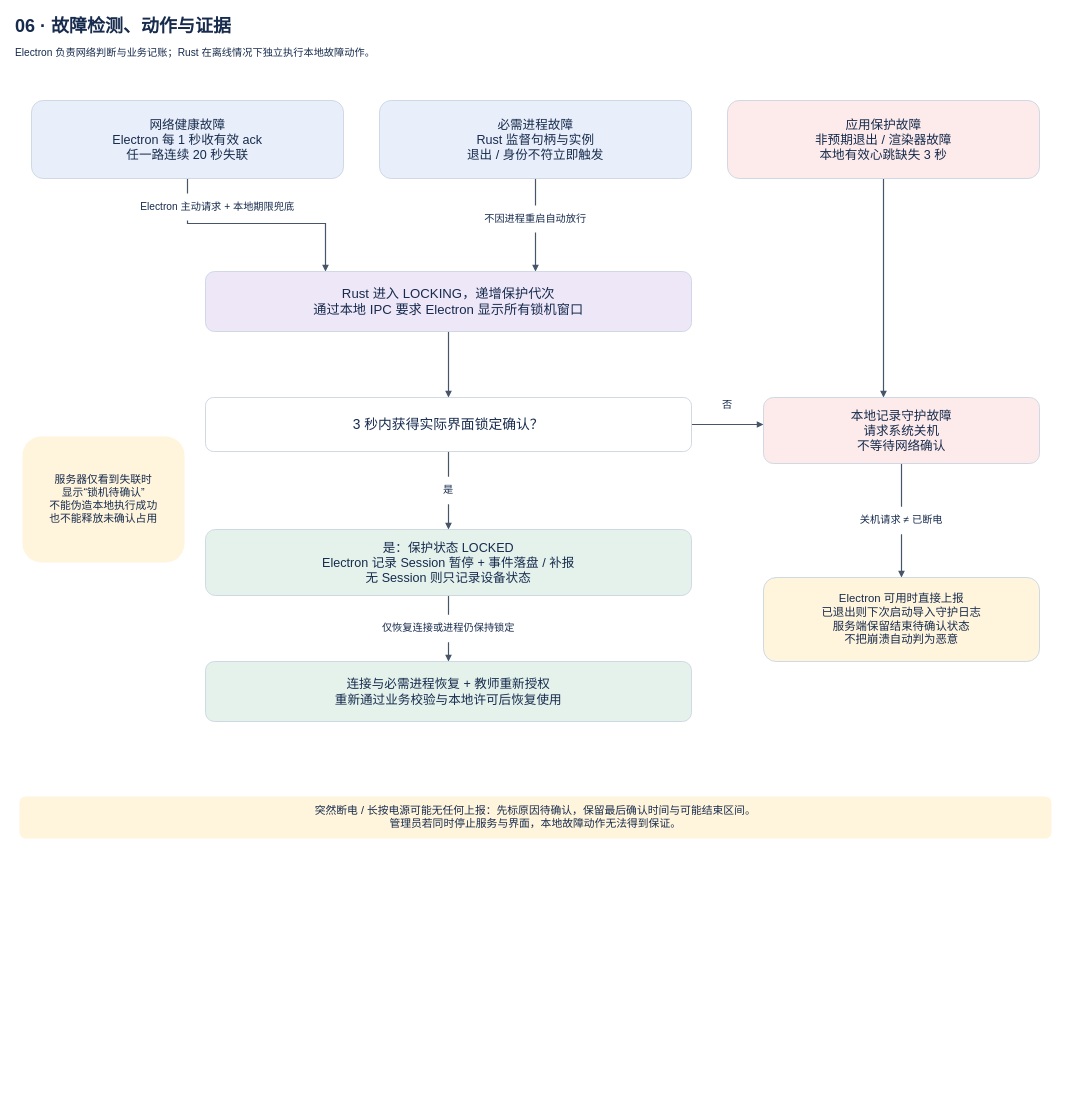
This is page "06 · 故障检测、教师告警与尽力恢复" (6 of 10) of docs/architecture.drawio from lmyzzzz/cyez-library-management, a draw.io file, before an edit. Source tidied: cells renumbered, new cells numbered last; positions are measured from the earlier drawing's top-left corner, leaving out a move shared by most shapes. Both pictures are drawn from the tidied source at 60%, with x=0, y=0 at pixel (10, 10).
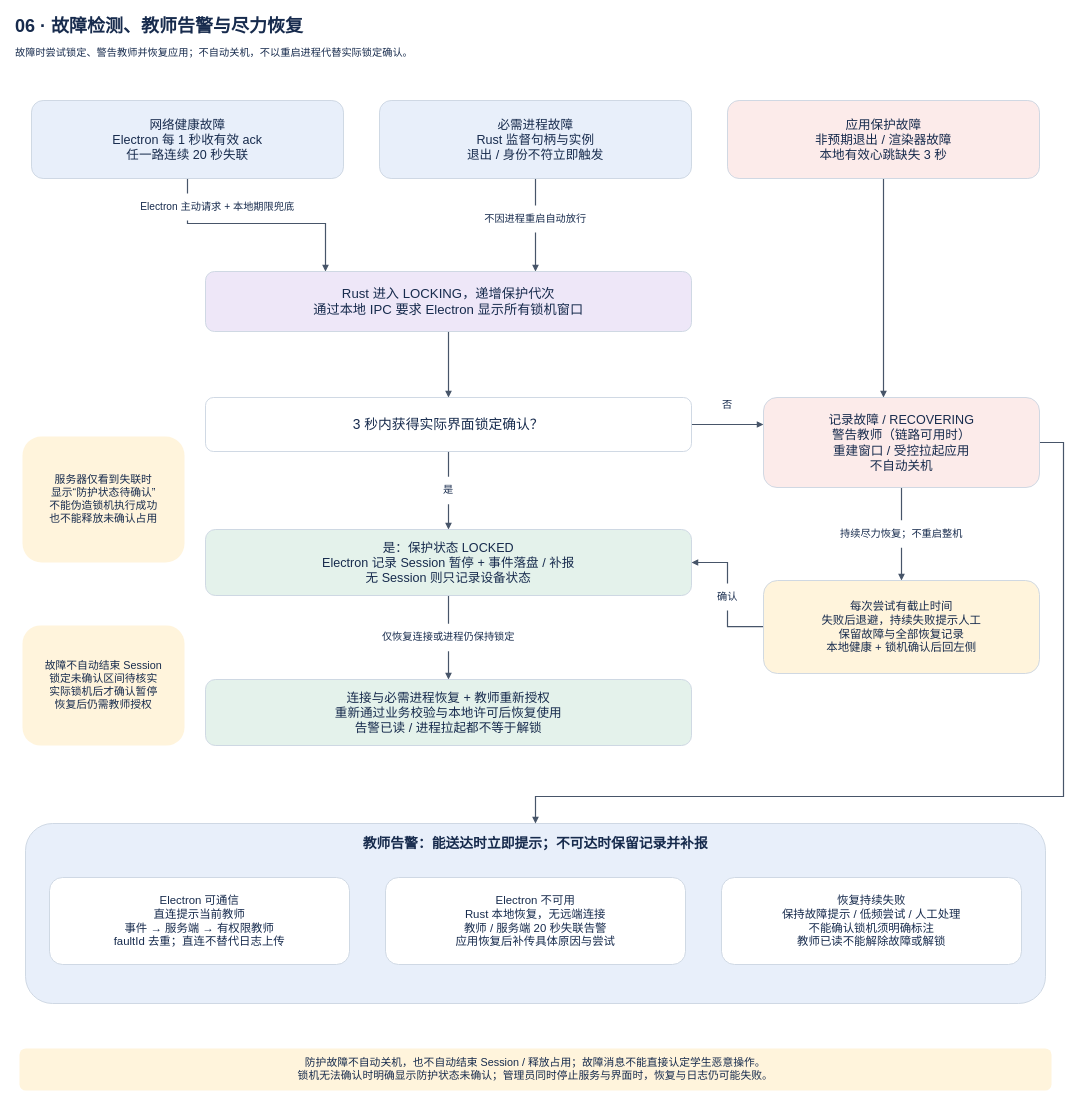
The same page after the edit.

Unchanged cells that the change refers to:
```xml
<mxCell id="14" value="应用保护故障&#10;非预期退出 / 渲染器故障&#10;本地有效心跳缺失 3 秒" style="rounded=1;whiteSpace=wrap;html=0;fillColor=#fcebea;strokeColor=#cbd5e1;strokeWidth=1.5;fontColor=#172b4d;fontFamily=Microsoft YaHei;fontSize=21;fontStyle=0;align=center;verticalAlign=middle;spacing=8;" parent="1" vertex="1">
  <mxGeometry x="1195" y="150" width="520" height="130" as="geometry" />
</mxCell>
<mxCell id="18" value="3 秒内获得实际界面锁定确认？" style="rounded=1;whiteSpace=wrap;html=0;fillColor=#ffffff;strokeColor=#cbd5e1;strokeWidth=1.5;fontColor=#172b4d;fontFamily=Microsoft YaHei;fontSize=23;fontStyle=0;align=center;verticalAlign=middle;spacing=8;" parent="1" vertex="1">
  <mxGeometry x="325" y="645" width="810" height="90" as="geometry" />
</mxCell>
<mxCell id="19" value="是：保护状态 LOCKED&#10;Electron 记录 Session 暂停 + 事件落盘 / 补报&#10;无 Session 则只记录设备状态" style="rounded=1;whiteSpace=wrap;html=0;fillColor=#e4f2eb;strokeColor=#cbd5e1;strokeWidth=1.5;fontColor=#172b4d;fontFamily=Microsoft YaHei;fontSize=21;fontStyle=0;align=center;verticalAlign=middle;spacing=8;" parent="1" vertex="1">
  <mxGeometry x="325" y="865" width="810" height="110" as="geometry" />
</mxCell>
```

The edit, as a diff of the source:
```diff
@@
+    <mxCell id="29" style="rounded=1;whiteSpace=wrap;html=0;fillColor=#e8effa;strokeColor=#cbd5e1;strokeWidth=1.5;fontColor=#172b4d;fontFamily=Microsoft YaHei;fontSize=18;fontStyle=0;align=center;verticalAlign=middle;spacing=8;" parent="1" vertex="1">
+      <mxGeometry x="25" y="1355" width="1700" height="300" as="geometry" />
+    </mxCell>
@@
-    <mxCell id="7" style="edgeStyle=none;rounded=0;html=0;strokeColor=#475569;strokeWidth=2;endArrow=block;endFill=1;startArrow=none;startFill=1;dashed=0;exitX=0.5;exitY=1.0;exitPerimeter=0;entryX=0.43478260869565216;entryY=0.0;entryPerimeter=0;" parent="1" edge="1" source="14" target="23">
-      <mxGeometry relative="1" as="geometry" />
-    </mxCell>
+    <mxCell id="30" style="edgeStyle=none;rounded=0;html=0;strokeColor=#475569;strokeWidth=2;endArrow=block;endFill=1;startArrow=none;startFill=1;dashed=0;exitX=0.5;exitY=1.0;exitPerimeter=0;entryX=0.43478260869565216;entryY=0.0;entryPerimeter=0;" parent="1" edge="1" source="14" target="34">
+      <mxGeometry relative="1" as="geometry" />
+    </mxCell>
-    <mxCell id="8" style="edgeStyle=none;rounded=0;html=0;strokeColor=#475569;strokeWidth=2;endArrow=block;endFill=1;startArrow=none;startFill=1;dashed=0;exitX=1.0;exitY=0.5;exitPerimeter=0;entryX=0.0;entryY=0.4090909090909091;entryPerimeter=0;" parent="1" edge="1" source="18" target="23">
+    <mxCell id="8" style="edgeStyle=none;rounded=0;html=0;strokeColor=#475569;strokeWidth=2;endArrow=block;endFill=1;startArrow=none;startFill=1;dashed=0;exitX=1.0;exitY=0.5;exitPerimeter=0;entryX=0.0;entryY=0.3;entryPerimeter=0;" parent="1" edge="1" source="18" target="34">
       <mxGeometry relative="1" as="geometry" />
     </mxCell>
-    <mxCell id="9" style="edgeStyle=none;rounded=0;html=0;strokeColor=#475569;strokeWidth=2;endArrow=block;endFill=1;startArrow=none;startFill=1;dashed=0;exitX=0.5;exitY=1.0;exitPerimeter=0;entryX=0.5;entryY=0.0;entryPerimeter=0;" parent="1" edge="1" source="23" target="25">
-      <mxGeometry relative="1" as="geometry" />
-    </mxCell>
+    <mxCell id="31" style="edgeStyle=none;rounded=0;html=0;strokeColor=#475569;strokeWidth=2;endArrow=block;endFill=1;startArrow=none;startFill=1;dashed=0;exitX=0.5;exitY=1.0;exitPerimeter=0;entryX=0.5;entryY=0.0;entryPerimeter=0;" parent="1" edge="1" source="34" target="35">
+      <mxGeometry relative="1" as="geometry" />
+    </mxCell>
+    <mxCell id="32" style="edgeStyle=none;rounded=0;html=0;strokeColor=#475569;strokeWidth=2;endArrow=block;endFill=1;startArrow=none;startFill=1;dashed=0;exitX=0.0;exitY=0.4967741935483871;exitPerimeter=0;entryX=1.0;entryY=0.5;entryPerimeter=0;" parent="1" edge="1" source="35" target="19">
+      <mxGeometry relative="1" as="geometry">
+        <Array as="points">
+          <mxPoint x="1195" y="1027" />
+          <mxPoint x="1195" y="920" />
+        </Array>
+      </mxGeometry>
+    </mxCell>
+    <mxCell id="33" style="edgeStyle=none;rounded=0;html=0;strokeColor=#475569;strokeWidth=2;endArrow=block;endFill=1;startArrow=none;startFill=1;dashed=0;exitX=1.0;exitY=0.5;exitPerimeter=0;entryX=0.5;entryY=0.0;entryPerimeter=0;" parent="1" edge="1" source="34" target="29">
+      <mxGeometry relative="1" as="geometry">
+        <Array as="points">
+          <mxPoint x="1755" y="720" />
+          <mxPoint x="1755" y="1310" />
+          <mxPoint x="875" y="1310" />
+        </Array>
+      </mxGeometry>
+    </mxCell>
-    <mxCell id="10" value="06 · 故障检测、动作与证据" style="rounded=1;whiteSpace=wrap;html=0;fillColor=none;strokeColor=none;strokeWidth=1.5;fontColor=#172b4d;fontFamily=Microsoft YaHei;fontSize=30;fontStyle=1;align=left;verticalAlign=middle;spacing=8;" parent="1" vertex="1">
+    <mxCell id="10" value="06 · 故障检测、教师告警与尽力恢复" style="rounded=1;whiteSpace=wrap;html=0;fillColor=none;strokeColor=none;strokeWidth=1.5;fontColor=#172b4d;fontFamily=Microsoft YaHei;fontSize=30;fontStyle=1;align=left;verticalAlign=middle;spacing=8;" parent="1" vertex="1">
       <mxGeometry width="1750" height="52" as="geometry" />
     </mxCell>
-    <mxCell id="11" value="Electron 负责网络判断与业务记账；Rust 在离线情况下独立执行本地故障动作。" style="rounded=1;whiteSpace=wrap;html=0;fillColor=none;strokeColor=none;strokeWidth=1.5;fontColor=#172b4d;fontFamily=Microsoft YaHei;fontSize=17;fontStyle=0;align=left;verticalAlign=middle;spacing=8;" parent="1" vertex="1">
+    <mxCell id="11" value="故障时尝试锁定、警告教师并恢复应用；不自动关机，不以重启进程代替实际锁定确认。" style="rounded=1;whiteSpace=wrap;html=0;fillColor=none;strokeColor=none;strokeWidth=1.5;fontColor=#172b4d;fontFamily=Microsoft YaHei;fontSize=17;fontStyle=0;align=left;verticalAlign=middle;spacing=8;" parent="1" vertex="1">
       <mxGeometry y="53" width="1750" height="36" as="geometry" />
     </mxCell>
@@
-    <mxCell id="21" value="连接与必需进程恢复 + 教师重新授权&#10;重新通过业务校验与本地许可后恢复使用" style="rounded=1;whiteSpace=wrap;html=0;fillColor=#e4f2eb;strokeColor=#cbd5e1;strokeWidth=1.5;fontColor=#172b4d;fontFamily=Microsoft YaHei;fontSize=21;fontStyle=0;align=center;verticalAlign=middle;spacing=8;" parent="1" vertex="1">
-      <mxGeometry x="325" y="1085" width="810" height="100" as="geometry" />
+    <mxCell id="21" value="连接与必需进程恢复 + 教师重新授权&#10;重新通过业务校验与本地许可后恢复使用&#10;告警已读 / 进程拉起都不等于解锁" style="rounded=1;whiteSpace=wrap;html=0;fillColor=#e4f2eb;strokeColor=#cbd5e1;strokeWidth=1.5;fontColor=#172b4d;fontFamily=Microsoft YaHei;fontSize=21;fontStyle=0;align=center;verticalAlign=middle;spacing=8;" parent="1" vertex="1">
+      <mxGeometry x="325" y="1115" width="810" height="110" as="geometry" />
     </mxCell>
     <mxCell id="22" value="仅恢复连接或进程仍保持锁定" style="rounded=1;whiteSpace=wrap;html=0;fillColor=#ffffff;strokeColor=none;strokeWidth=1.5;fontColor=#172b4d;fontFamily=Microsoft YaHei;fontSize=17;fontStyle=0;align=center;verticalAlign=middle;spacing=8;" parent="1" vertex="1">
-      <mxGeometry x="560" y="1007" width="340" height="46" as="geometry" />
+      <mxGeometry x="560" y="1022" width="340" height="46" as="geometry" />
     </mxCell>
-    <mxCell id="23" value="本地记录守护故障&#10;请求系统关机&#10;不等待网络确认" style="rounded=1;whiteSpace=wrap;html=0;fillColor=#fcebea;strokeColor=#cbd5e1;strokeWidth=1.5;fontColor=#172b4d;fontFamily=Microsoft YaHei;fontSize=21;fontStyle=0;align=center;verticalAlign=middle;spacing=8;" parent="1" vertex="1">
-      <mxGeometry x="1255" y="645" width="460" height="110" as="geometry" />
-    </mxCell>
+    <mxCell id="34" value="记录故障 / RECOVERING&#10;警告教师（链路可用时）&#10;重建窗口 / 受控拉起应用&#10;不自动关机" style="rounded=1;whiteSpace=wrap;html=0;fillColor=#fcebea;strokeColor=#cbd5e1;strokeWidth=1.5;fontColor=#172b4d;fontFamily=Microsoft YaHei;fontSize=21;fontStyle=0;align=center;verticalAlign=middle;spacing=8;" parent="1" vertex="1">
+      <mxGeometry x="1255" y="645" width="460" height="150" as="geometry" />
+    </mxCell>
@@
-    <mxCell id="25" value="Electron 可用时直接上报&#10;已退出则下次启动导入守护日志&#10;服务端保留结束待确认状态&#10;不把崩溃自动判为恶意" style="rounded=1;whiteSpace=wrap;html=0;fillColor=#fff4dc;strokeColor=#cbd5e1;strokeWidth=1.5;fontColor=#172b4d;fontFamily=Microsoft YaHei;fontSize=19;fontStyle=0;align=center;verticalAlign=middle;spacing=8;" parent="1" vertex="1">
-      <mxGeometry x="1255" y="945" width="460" height="140" as="geometry" />
-    </mxCell>
-    <mxCell id="26" value="关机请求 ≠ 已断电" style="rounded=1;whiteSpace=wrap;html=0;fillColor=#ffffff;strokeColor=none;strokeWidth=1.5;fontColor=#172b4d;fontFamily=Microsoft YaHei;fontSize=17;fontStyle=0;align=center;verticalAlign=middle;spacing=8;" parent="1" vertex="1">
-      <mxGeometry x="1315" y="827" width="340" height="46" as="geometry" />
-    </mxCell>
+    <mxCell id="35" value="每次尝试有截止时间&#10;失败后退避，持续失败提示人工&#10;保留故障与全部恢复记录&#10;本地健康 + 锁机确认后回左侧" style="rounded=1;whiteSpace=wrap;html=0;fillColor=#fff4dc;strokeColor=#cbd5e1;strokeWidth=1.5;fontColor=#172b4d;fontFamily=Microsoft YaHei;fontSize=19;fontStyle=0;align=center;verticalAlign=middle;spacing=8;" parent="1" vertex="1">
+      <mxGeometry x="1255" y="950" width="460" height="155" as="geometry" />
+    </mxCell>
+    <mxCell id="36" value="持续尽力恢复；不重启整机" style="rounded=1;whiteSpace=wrap;html=0;fillColor=#ffffff;strokeColor=none;strokeWidth=1.5;fontColor=#172b4d;fontFamily=Microsoft YaHei;fontSize=17;fontStyle=0;align=center;verticalAlign=middle;spacing=8;" parent="1" vertex="1">
+      <mxGeometry x="1315" y="849.5" width="340" height="46" as="geometry" />
+    </mxCell>
+    <mxCell id="37" value="确认" style="rounded=1;whiteSpace=wrap;html=0;fillColor=#ffffff;strokeColor=none;strokeWidth=1.5;fontColor=#172b4d;fontFamily=Microsoft YaHei;fontSize=17;fontStyle=0;align=center;verticalAlign=middle;spacing=8;" parent="1" vertex="1">
+      <mxGeometry x="1145" y="955" width="100" height="45" as="geometry" />
+    </mxCell>
-    <mxCell id="27" value="服务器仅看到失联时&#10;显示“锁机待确认”&#10;不能伪造本地执行成功&#10;也不能释放未确认占用" style="rounded=1;whiteSpace=wrap;html=0;fillColor=#fff4dc;strokeColor=none;strokeWidth=1.5;fontColor=#172b4d;fontFamily=Microsoft YaHei;fontSize=18;fontStyle=0;align=center;verticalAlign=middle;spacing=8;" parent="1" vertex="1">
+    <mxCell id="27" value="服务器仅看到失联时&#10;显示“防护状态待确认”&#10;不能伪造锁机执行成功&#10;也不能释放未确认占用" style="rounded=1;whiteSpace=wrap;html=0;fillColor=#fff4dc;strokeColor=none;strokeWidth=1.5;fontColor=#172b4d;fontFamily=Microsoft YaHei;fontSize=18;fontStyle=0;align=center;verticalAlign=middle;spacing=8;" parent="1" vertex="1">
       <mxGeometry x="20" y="710" width="270" height="210" as="geometry" />
     </mxCell>
+    <mxCell id="38" value="故障不自动结束 Session&#10;锁定未确认区间待核实&#10;实际锁机后才确认暂停&#10;恢复后仍需教师授权" style="rounded=1;whiteSpace=wrap;html=0;fillColor=#fff4dc;strokeColor=none;strokeWidth=1.5;fontColor=#172b4d;fontFamily=Microsoft YaHei;fontSize=18;fontStyle=0;align=center;verticalAlign=middle;spacing=8;" parent="1" vertex="1">
+      <mxGeometry x="20" y="1025" width="270" height="200" as="geometry" />
+    </mxCell>
+    <mxCell id="39" value="教师告警：能送达时立即提示；不可达时保留记录并补报" style="rounded=1;whiteSpace=wrap;html=0;fillColor=none;strokeColor=none;strokeWidth=1.5;fontColor=#172b4d;fontFamily=Microsoft YaHei;fontSize=23;fontStyle=1;align=center;verticalAlign=middle;spacing=8;" parent="1" vertex="1">
+      <mxGeometry x="40" y="1365" width="1670" height="45" as="geometry" />
+    </mxCell>
+    <mxCell id="40" value="Electron 可通信&#10;直连提示当前教师&#10;事件 → 服务端 → 有权限教师&#10;faultId 去重；直连不替代日志上传" style="rounded=1;whiteSpace=wrap;html=0;fillColor=#ffffff;strokeColor=#cbd5e1;strokeWidth=1.5;fontColor=#172b4d;fontFamily=Microsoft YaHei;fontSize=19;fontStyle=0;align=center;verticalAlign=middle;spacing=8;" parent="1" vertex="1">
+      <mxGeometry x="65" y="1445" width="500" height="145" as="geometry" />
+    </mxCell>
+    <mxCell id="41" value="Electron 不可用&#10;Rust 本地恢复，无远端连接&#10;教师 / 服务端 20 秒失联告警&#10;应用恢复后补传具体原因与尝试" style="rounded=1;whiteSpace=wrap;html=0;fillColor=#ffffff;strokeColor=#cbd5e1;strokeWidth=1.5;fontColor=#172b4d;fontFamily=Microsoft YaHei;fontSize=19;fontStyle=0;align=center;verticalAlign=middle;spacing=8;" parent="1" vertex="1">
+      <mxGeometry x="625" y="1445" width="500" height="145" as="geometry" />
+    </mxCell>
+    <mxCell id="42" value="恢复持续失败&#10;保持故障提示 / 低频尝试 / 人工处理&#10;不能确认锁机须明确标注&#10;教师已读不能解除故障或解锁" style="rounded=1;whiteSpace=wrap;html=0;fillColor=#ffffff;strokeColor=#cbd5e1;strokeWidth=1.5;fontColor=#172b4d;fontFamily=Microsoft YaHei;fontSize=19;fontStyle=0;align=center;verticalAlign=middle;spacing=8;" parent="1" vertex="1">
+      <mxGeometry x="1185" y="1445" width="500" height="145" as="geometry" />
+    </mxCell>
-    <mxCell id="28" value="突然断电 / 长按电源可能无任何上报：先标原因待确认，保留最后确认时间与可能结束区间。&#10;管理员若同时停止服务与界面，本地故障动作无法得到保证。" style="rounded=1;whiteSpace=wrap;html=0;fillColor=#fff4dc;strokeColor=none;strokeWidth=1.5;fontColor=#172b4d;fontFamily=Microsoft YaHei;fontSize=18;fontStyle=0;align=center;verticalAlign=middle;spacing=8;" parent="1" vertex="1">
-      <mxGeometry x="15" y="1310" width="1720" height="70" as="geometry" />
+    <mxCell id="28" value="防护故障不自动关机，也不自动结束 Session / 释放占用；故障消息不能直接认定学生恶意操作。&#10;锁机无法确认时明确显示防护状态未确认；管理员同时停止服务与界面时，恢复与日志仍可能失败。" style="rounded=1;whiteSpace=wrap;html=0;fillColor=#fff4dc;strokeColor=none;strokeWidth=1.5;fontColor=#172b4d;fontFamily=Microsoft YaHei;fontSize=18;fontStyle=0;align=center;verticalAlign=middle;spacing=8;" parent="1" vertex="1">
+      <mxGeometry x="15" y="1730" width="1720" height="70" as="geometry" />
     </mxCell>
```
